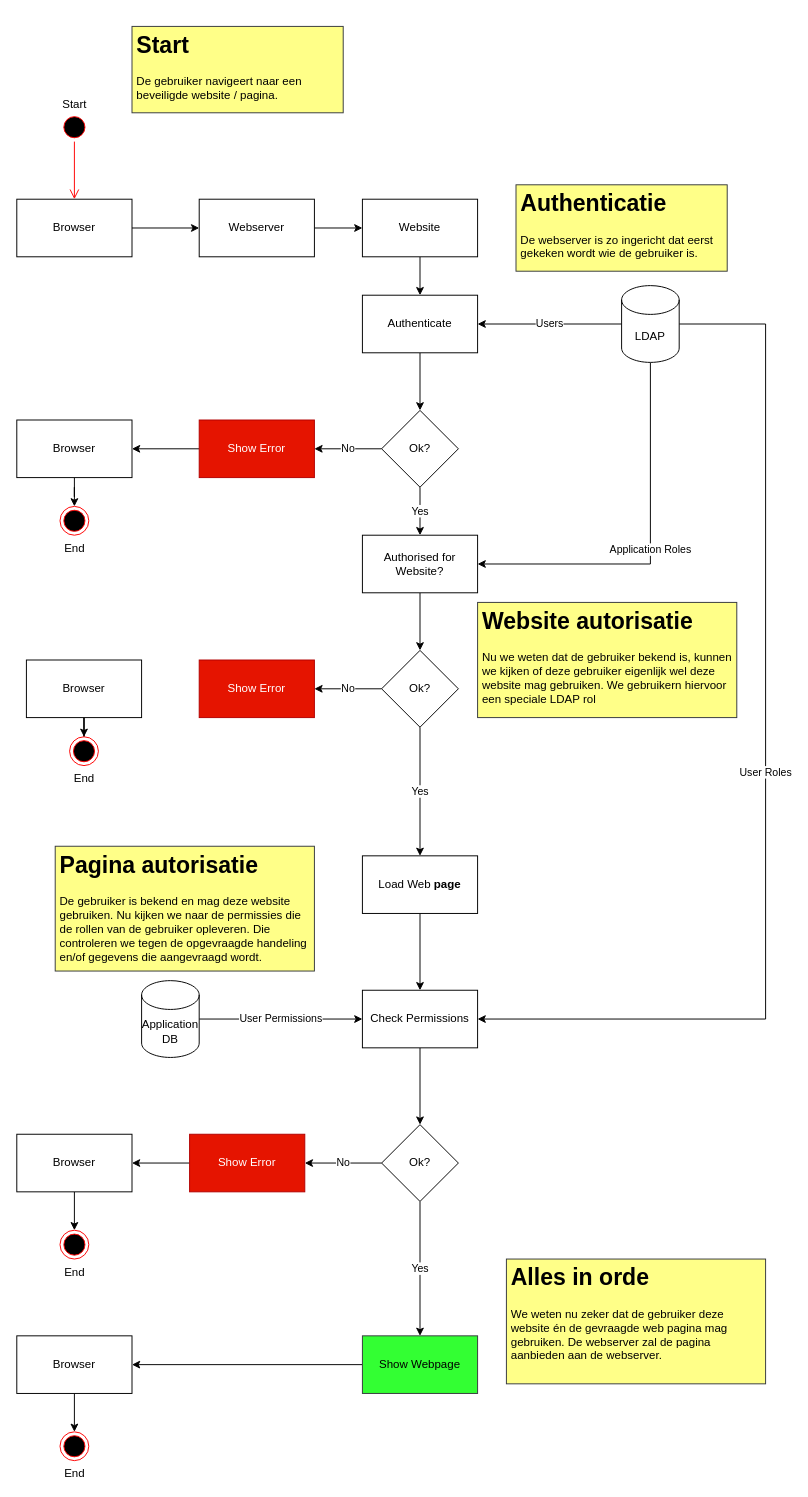
Earlier version of the draw.io diagram page "Authentication process" (3 of 3) of Documentation/Diagrammen.drawio (NHLStenden/RBAC-example-websites). Source tidied: cells renumbered, new cells numbered last; positions are measured from the earlier drawing's top-left corner, leaving out a move shared by most shapes. Both pictures are drawn from the tidied source at 96%, with x=0, y=0 at pixel (16, 26).
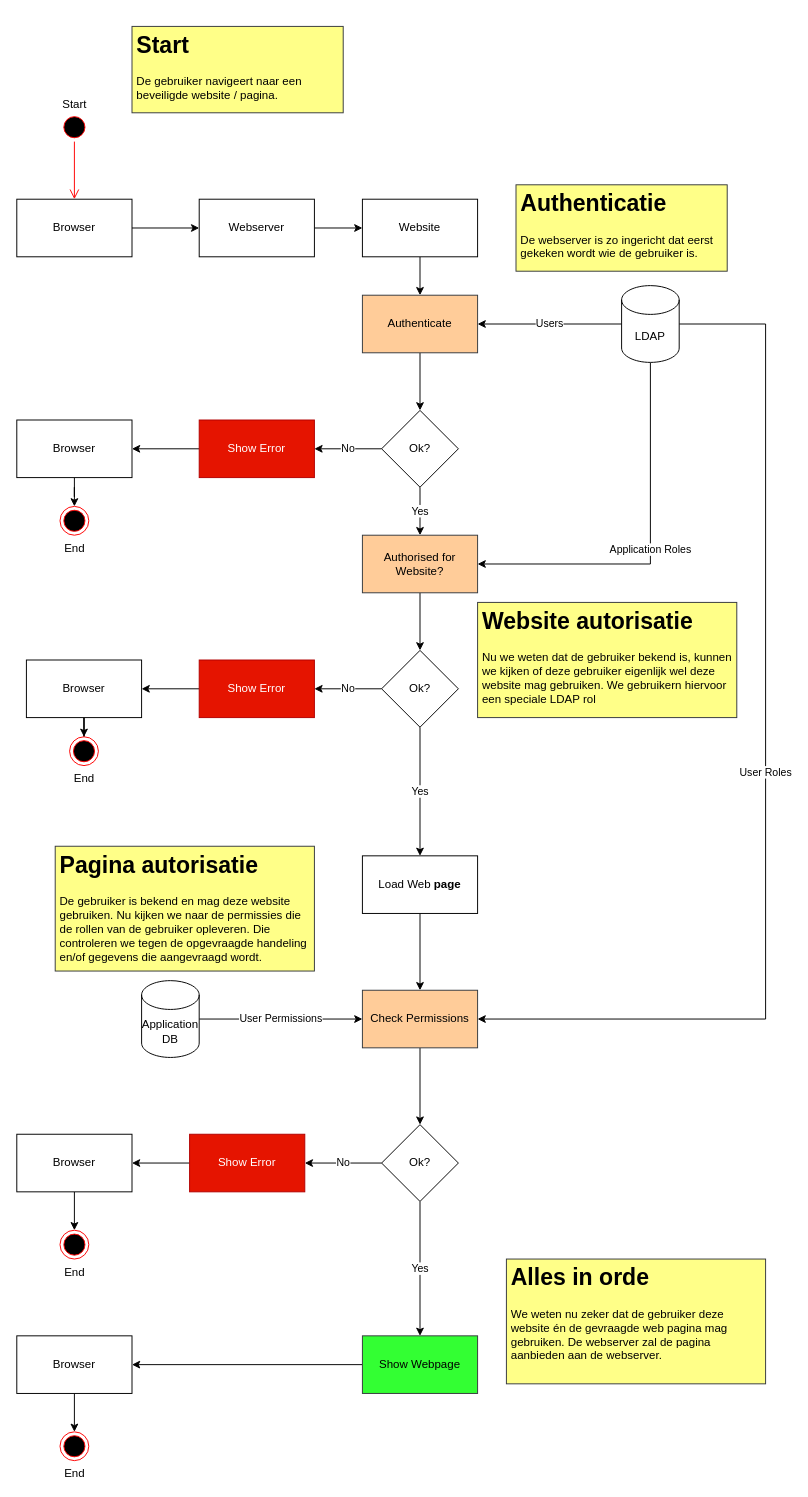
The same page after the edit.

Commit message:
improved diagrams

Unchanged cells that the change refers to:
```xml
<mxCell id="54" value="Browser" style="rounded=0;whiteSpace=wrap;html=1;" parent="1" vertex="1">
  <mxGeometry x="10" y="660" width="120" height="60" as="geometry" />
</mxCell>
<mxCell id="55" value="Show Error" style="whiteSpace=wrap;html=1;fillColor=#e51400;fontColor=#ffffff;strokeColor=#B20000;" parent="1" vertex="1">
  <mxGeometry x="190" y="660" width="120" height="60" as="geometry" />
</mxCell>
```

Diff of the diagram source:
```diff
@@
-    <mxCell id="13" value="Authenticate" style="rounded=0;whiteSpace=wrap;html=1;" parent="1" vertex="1">
+    <mxCell id="13" value="Authenticate" style="rounded=0;whiteSpace=wrap;html=1;fillColor=#ffcc99;strokeColor=#36393d;" parent="1" vertex="1">
       <mxGeometry x="360" y="280" width="120" height="60" as="geometry" />
     </mxCell>
@@
-    <mxCell id="18" value="Authorised for Website?" style="whiteSpace=wrap;html=1;" parent="1" vertex="1">
+    <mxCell id="18" value="Authorised for Website?" style="whiteSpace=wrap;html=1;fillColor=#ffcc99;strokeColor=#36393d;" parent="1" vertex="1">
       <mxGeometry x="360" y="530" width="120" height="60" as="geometry" />
     </mxCell>
@@
-    <mxCell id="47" value="Check Permissions" style="whiteSpace=wrap;html=1;" parent="1" vertex="1">
+    <mxCell id="47" value="Check Permissions" style="whiteSpace=wrap;html=1;fillColor=#ffcc99;strokeColor=#36393d;" parent="1" vertex="1">
       <mxGeometry x="360" y="1004" width="120" height="60" as="geometry" />
     </mxCell>
@@
+    <mxCell id="57" style="edgeStyle=orthogonalEdgeStyle;rounded=0;jettySize=auto;html=1;exitX=0;exitY=0.5;exitDx=0;exitDy=0;fontSize=11;" parent="1" edge="1" source="55" target="54">
+      <mxGeometry relative="1" as="geometry" />
+    </mxCell>
```
